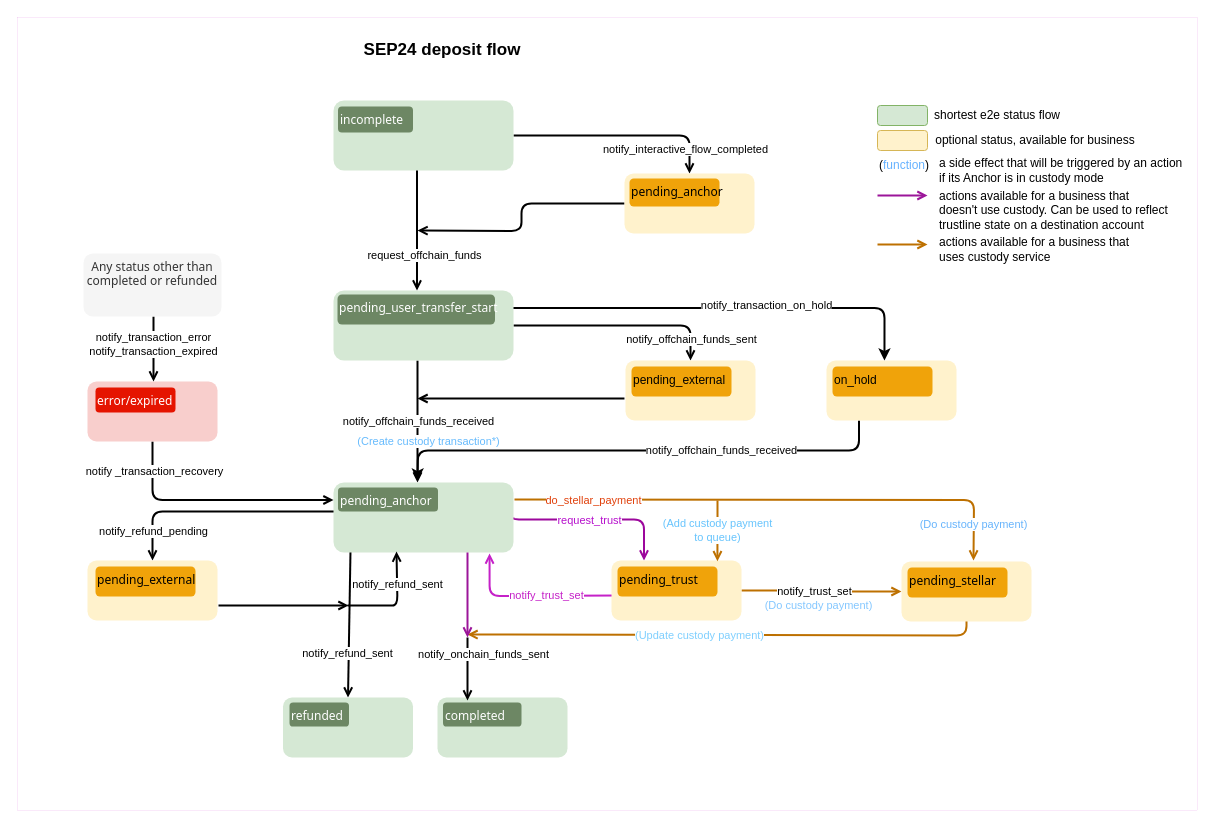
Before: page "Sep24 - deposit v.0.4" (1 of 5) of static/definitions/sep6_24_31_status_transition_diagrams.drawio in stellar/stellar-docs, a draw.io diagram. Source tidied: cells renumbered, new cells numbered last; positions are measured from the earlier drawing's top-left corner, leaving out a move shared by most shapes. Both pictures are drawn from the tidied source at 100%, with x=0, y=0 at pixel (17, 17).
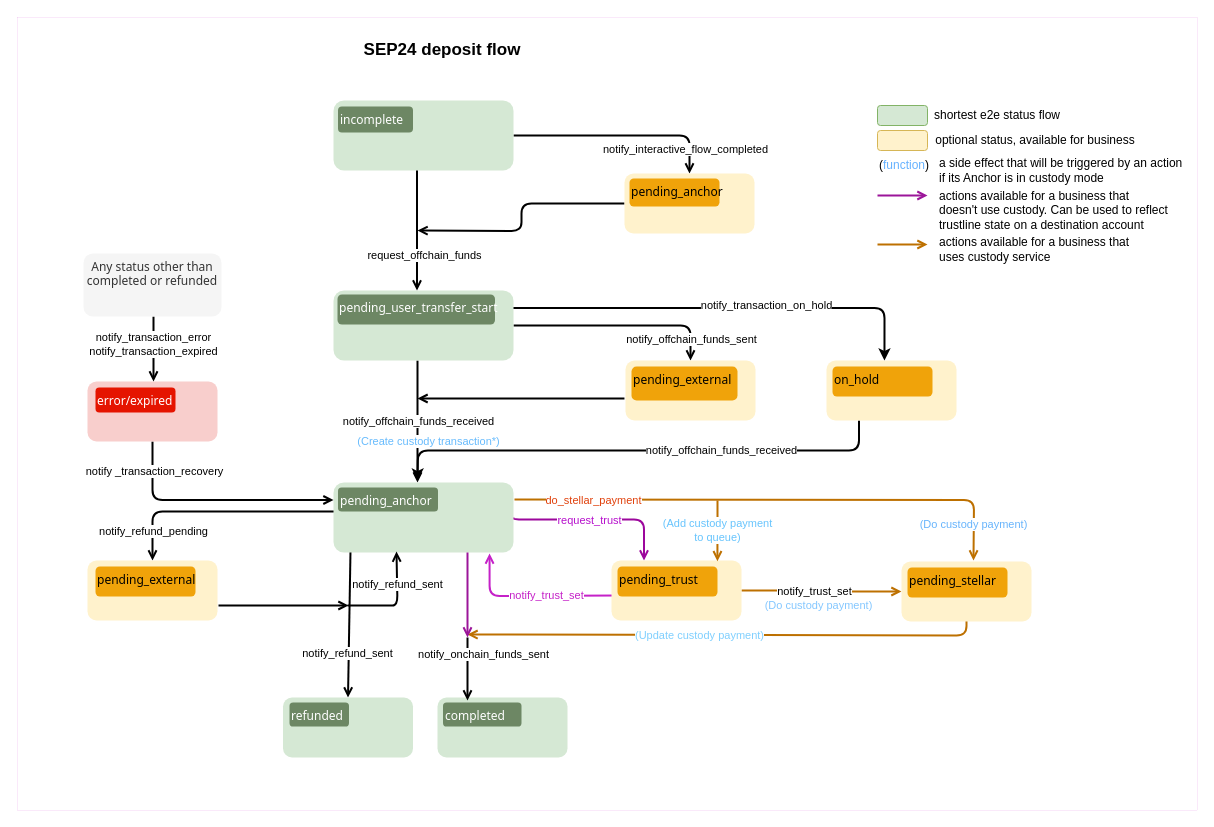
Above is the later version.

What changed in the source:
```diff
@@
-    <mxCell id="48" value="pending_external" style="rounded=1;whiteSpace=wrap;html=1;align=left;verticalAlign=top;strokeColor=none;fillColor=#f0a30a;fontColor=#000000;" parent="1" vertex="1">
-      <mxGeometry x="614" y="349" width="100" height="30" as="geometry" />
+    <mxCell id="48" value="&lt;font face=&quot;Tahoma&quot;&gt;pending_external&lt;/font&gt;" style="rounded=1;whiteSpace=wrap;html=1;align=left;verticalAlign=top;strokeColor=none;fillColor=#f0a30a;fontColor=#000000;" parent="1" vertex="1">
+      <mxGeometry x="614" y="349" width="106" height="34" as="geometry" />
     </mxCell>
@@
-    <mxCell id="80" value="on_hold" style="rounded=1;whiteSpace=wrap;html=1;align=left;verticalAlign=top;strokeColor=none;fillColor=#f0a30a;fontColor=#000000;" parent="1" vertex="1">
+    <mxCell id="80" value="&lt;font face=&quot;Tahoma&quot;&gt;on_hold&lt;/font&gt;" style="rounded=1;whiteSpace=wrap;html=1;align=left;verticalAlign=top;strokeColor=none;fillColor=#f0a30a;fontColor=#000000;" parent="1" vertex="1">
       <mxGeometry x="815" y="349" width="100" height="30" as="geometry" />
     </mxCell>
```
